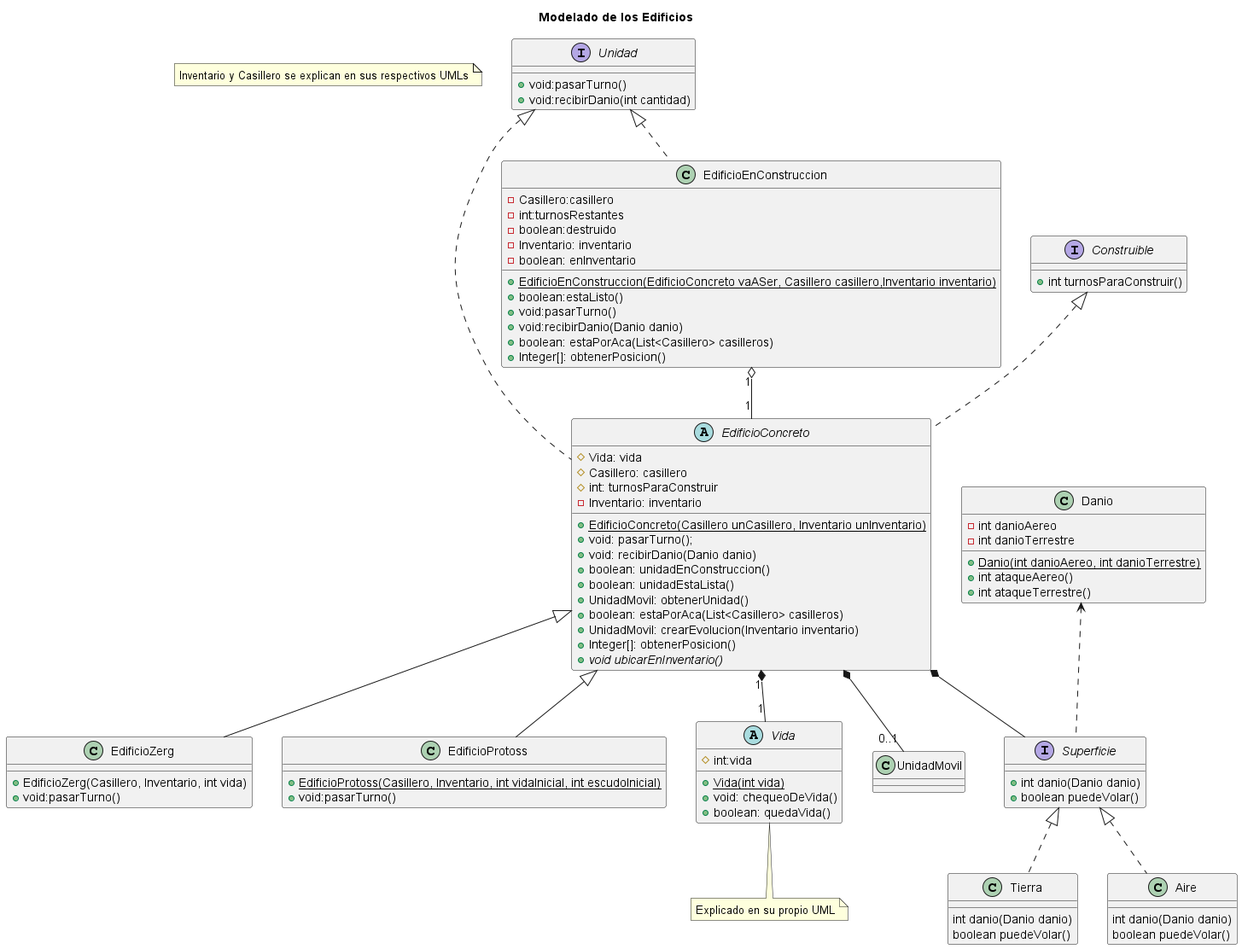
This is diagrams/classes/modeladoDeEdificios.png from m-cabrerar/AlgoStar, a PlantUML export, as it was before one commit.
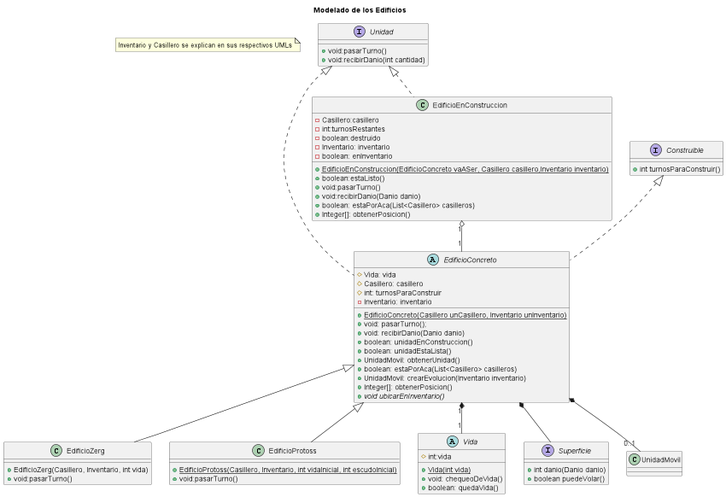
Above is the later version.

Diff of the diagram source:
```diff
@@ -6,14 +6,6 @@
  + void:recibirDanio(int cantidad)
 }
 
-class Danio{
--int danioAereo
--int danioTerrestre
-
-+<u>Danio(int danioAereo, int danioTerrestre)
-+int ataqueAereo()
-+int ataqueTerrestre()
-}
 
 interface Construible {
 +int turnosParaConstruir()
@@ -71,29 +63,20 @@
 +void: chequeoDeVida()
 +boolean: quedaVida()
 }
-note bottom: Explicado en su propio UML
+
 
 
 interface Superficie{
 + int danio(Danio danio)
 + boolean puedeVolar()
 }
-class Tierra{
- int danio(Danio danio)
- boolean puedeVolar()
-}
-class Aire{
-int danio(Danio danio)
-boolean puedeVolar()
-}
+
 
 class UnidadMovil{}
 
 
-Superficie <|.. Tierra
-Superficie <|.. Aire
 
-Danio <.. Superficie
+
 
 EdificioConcreto "1" *-- "1"Vida
 
```
